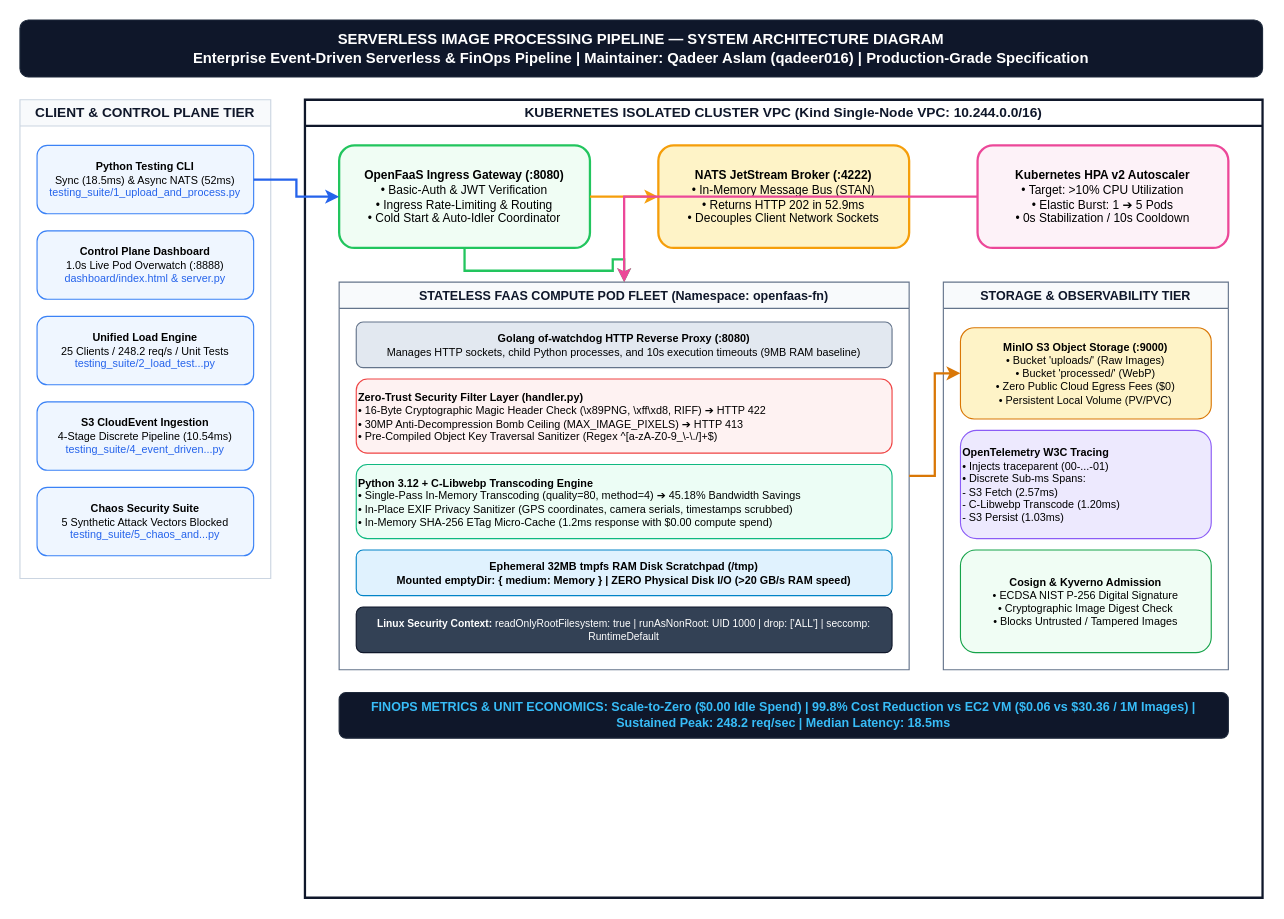
qadeeraay/serverless-cost-pipeline keeps this draw.io diagram as page "1. System Architecture Diagram" (1 of 6) of architecture_diagrams/all.drawio. Above is the earlier version. Source tidied: cells renumbered, new cells numbered last; positions are measured from the earlier drawing's top-left corner, leaving out a move shared by most shapes. Both pictures are drawn from the tidied source at 114%, with x=0, y=0 at pixel (19, 19).
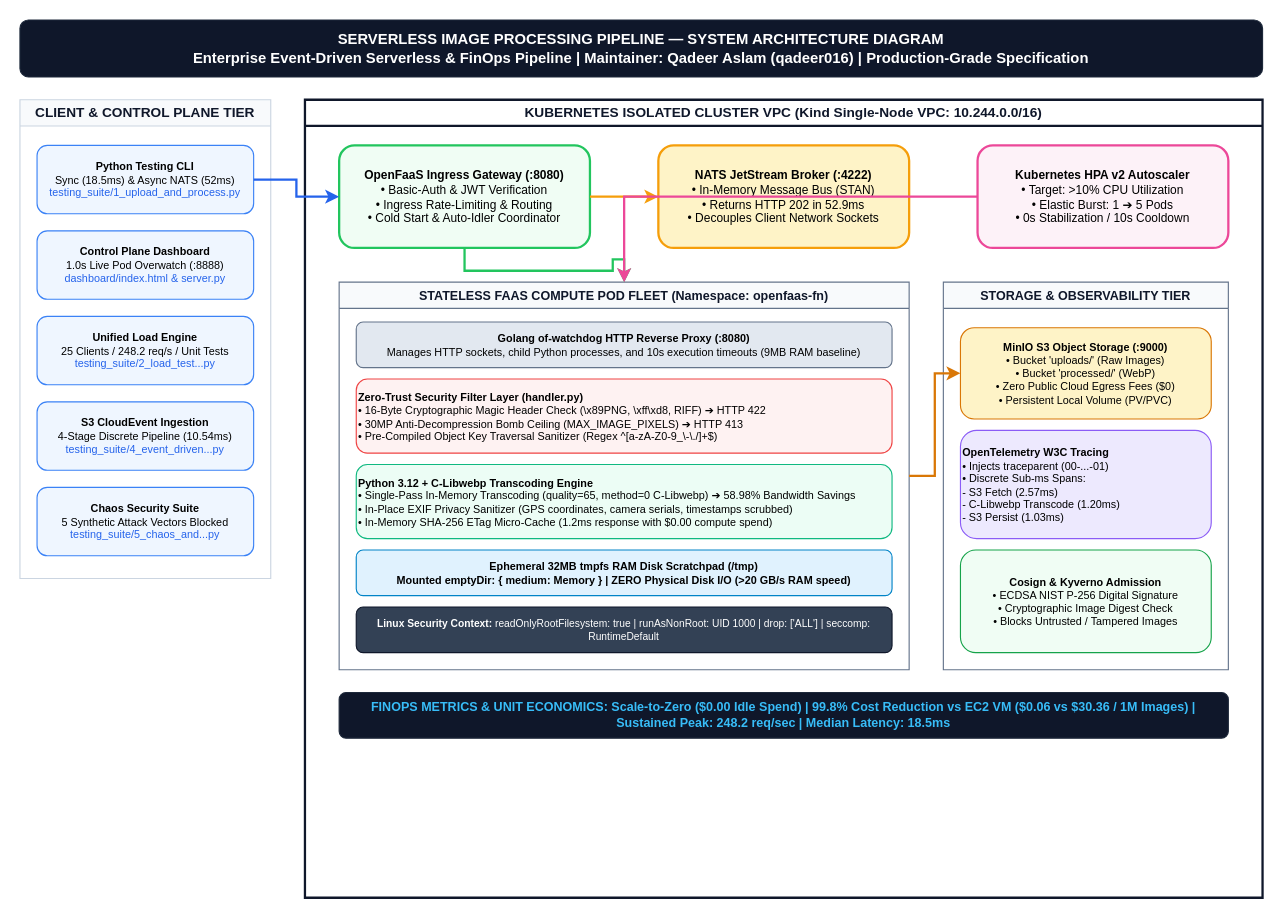
The same page after the edit.

The change refers to these unchanged cells:
```xml
<mxCell id="13" value="STATELESS FAAS COMPUTE POD FLEET (Namespace: openfaas-fn)" style="swimlane;whiteSpace=wrap;html=1;fillColor=#f8fafc;strokeColor=#64748b;fontColor=#0f172a;fontSize=11;fontStyle=1;" parent="9" vertex="1">
  <mxGeometry x="30" y="160" width="500" height="340" as="geometry" />
</mxCell>
```

Change to the diagram source:
```diff
@@
-    <mxCell id="16" value="&lt;b&gt;Python 3.12 + C-Libwebp Transcoding Engine&lt;/b&gt;&lt;br&gt;• Single-Pass In-Memory Transcoding (quality=80, method=4) ➔ 45.18% Bandwidth Savings&lt;br&gt;• In-Place EXIF Privacy Sanitizer (GPS coordinates, camera serials, timestamps scrubbed)&lt;br&gt;• In-Memory SHA-256 ETag Micro-Cache (1.2ms response with $0.00 compute spend)" style="rounded=1;whiteSpace=wrap;html=1;fillColor=#ecfdf5;strokeColor=#10b981;fontSize=9.5;align=left;" parent="13" vertex="1">
+    <mxCell id="16" value="&lt;b&gt;Python 3.12 + C-Libwebp Transcoding Engine&lt;/b&gt;&lt;br&gt;• Single-Pass In-Memory Transcoding (quality=65, method=0 C-Libwebp) ➔ 58.98% Bandwidth Savings&lt;br&gt;• In-Place EXIF Privacy Sanitizer (GPS coordinates, camera serials, timestamps scrubbed)&lt;br&gt;• In-Memory SHA-256 ETag Micro-Cache (1.2ms response with $0.00 compute spend)" style="rounded=1;whiteSpace=wrap;html=1;fillColor=#ecfdf5;strokeColor=#10b981;fontSize=9.5;align=left;" parent="13" vertex="1">
       <mxGeometry x="15" y="160" width="470" height="65" as="geometry" />
     </mxCell>
```
